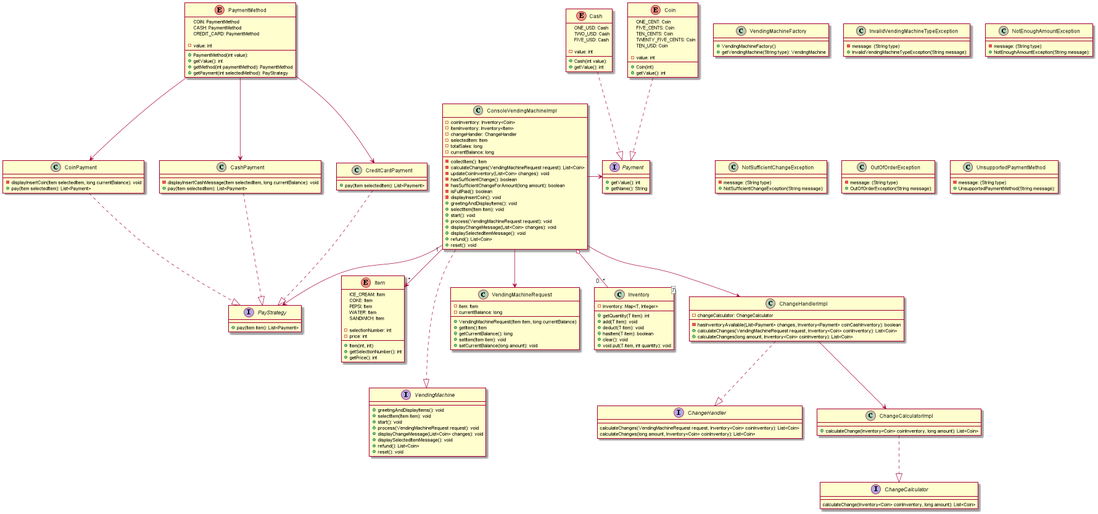
hantruongth/VendingMachine keeps this PlantUML diagram as Class_Diagram_v1.png. Above is the earlier version. Its diagram source:
```plantuml
@startuml

interface Payment{
+ getValue(): int
+ getName(): String
}

interface PayStrategy {
+ pay(Item item): List<Payment>
}

class CoinPayment{
- displayInsertCoin(Item selectedItem, long currentBalance): void
+ pay(Item selectedItem): List<Payment>
}

class CashPayment{
- displayInsertCashMessage(Item selectedItem, long currentBalance): void
+ pay(Item selectedItem): List<Payment>
}
class CreditCardPayment {
+ pay(Item selectedItem): List<Payment>
}
CoinPayment ..|> PayStrategy
CashPayment ..|> PayStrategy
CreditCardPayment ..|> PayStrategy

enum PaymentMethod {
COIN: PaymentMethod
CASH: PaymentMethod
CREDIT_CARD: PaymentMethod

- value: int
+ PaymentMethod(int value):
+ getValue(): int
+ getMethod(int paymentMethod): PaymentMethod
+ getPayment(int selectedMethod): PayStrategy
}
PaymentMethod --> CoinPayment
PaymentMethod --> CashPayment
PaymentMethod --> CreditCardPayment


enum Cash {
ONE_USD: Cash
TWO_USD: Cash
FIVE_USD: Cash

- value: int
+ Cash(int value):
+ getValue(): int
}

Cash ..|> Payment
Coin ..|> Payment

enum Coin {
ONE_CENT: Coin
FIVE_CENTS: Coin
TEN_CENTS: Coin
TWENTY_FIVE_CENTS: Coin
TEN_USD: Coin

- value: int
+ Coin(int)
+ getValue(): int
}

enum Item {
ICE_CREAM: Item
COKE: Item
PEPSI: Item
WATER: Item
SANDWICH: Item

- selectionNumber: int
- price: int
+ Item(int, int)
+ getSelectionNumber(): int
+ getPrice(): int
}

interface VendingMachine {
+ greetingAndDisplayItems(): void
+ selectItem(Item item): void
+ start(): void
+ process(VendingMachineRequest request): void
+ displayChangeMessage(List<Coin> changes): void
+ displaySelectedItemMessage(): void
+ refund(): List<Coin>
+ reset(): void
}

class VendingMachineFactory{
+ VendingMachineFactory()
+ getVendingMachine(String type): VendingMachine
}

ConsoleVendingMachineImpl "1" --> "*" Item

ConsoleVendingMachineImpl ...|> VendingMachine
ConsoleVendingMachineImpl --> VendingMachineRequest
ConsoleVendingMachineImpl  o-- "0..*" Inventory

ConsoleVendingMachineImpl --> ChangeHandlerImpl
ConsoleVendingMachineImpl -> Payment
ConsoleVendingMachineImpl --> PayStrategy

class ConsoleVendingMachineImpl {
- coinInventory: Inventory<Coin>
- itemInventory: Inventory<Item>
- changeHandler: ChangeHandler
- selectedItem: Item
- totalSales: long
- currentBalance: long

- collectItem(): Item
- calculateChanges(VendingMachineRequest request): List<Coin>
- updateCoinInventory(List<Coin> changes): void
- hasSufficientChange(): boolean
- hasSufficientChangeForAmount(long amount): boolean
- isFullPaid(): boolean
- displayInsertCoin(): void
+ greetingAndDisplayItems(): void
+ selectItem(Item item): void
+ start(): void
+ process(VendingMachineRequest request): void
+ displayChangeMessage(List<Coin> changes): void
+ displaySelectedItemMessage(): void
+ refund(): List<Coin>
+ reset(): void
}

class Inventory<T> {
- inventory: Map<T, Integer>
+ getQuantity(T item): int
+ add(T item): void
+ deduct(T item): void
+ hasItem(T item): boolean
+ clear(): void
+ void put(T item, int quantity): void
}

class VendingMachineRequest {
- item: Item
- currentBalance: long

+ VendingMachineRequest(Item item, long currentBalance)
+ getItem():Item
+ getCurrentBalance(): long
+ setItem(Item item): void
+ setCurrentBalance(long amount): void
}

interface ChangeHandler {
    calculateChanges(VendingMachineRequest request, Inventory<Coin> coinInventory): List<Coin>
    calculateChanges(long amount, Inventory<Coin> coinInventory): List<Coin>
}
ChangeHandlerImpl ..|> ChangeHandler
ChangeCalculatorImpl ..|> ChangeCalculator
ChangeHandlerImpl --> ChangeCalculatorImpl


class ChangeHandlerImpl {
- changeCalculator: ChangeCalculator
- hasInventoryAvailable(List<Payment> changes, Inventory<Payment> coinCashInventory): boolean
+ calculateChanges(VendingMachineRequest request, Inventory<Coin> coinInventory): List<Coin>
+ calculateChanges(long amount, Inventory<Coin> coinInventory): List<Coin>
}

interface ChangeCalculator {
calculateChange(Inventory<Coin> coinInventory, long amount): List<Coin>
}
class ChangeCalculatorImpl {
+ calculateChange(Inventory<Coin> coinInventory, long amount): List<Coin>
}


class InvalidVendingMachineTypeException{
- message: (String type)
+ InvalidVendingMachineTypeException(String message):
}

class NotEnoughAmountException{
- message: (String type)
+ NotEnoughAmountException(String message):
}

class NotSufficientChangeException{
- message: (String type)
+ NotSufficientChangeException(String message):
}

class OutOfOrderException{
- message: (String type)
+ OutOfOrderException(String message):
}
class UnsupportedPaymentMethod{
- message: (String type)
+ UnsupportedPaymentMethod(String message):
}
@enduml
```
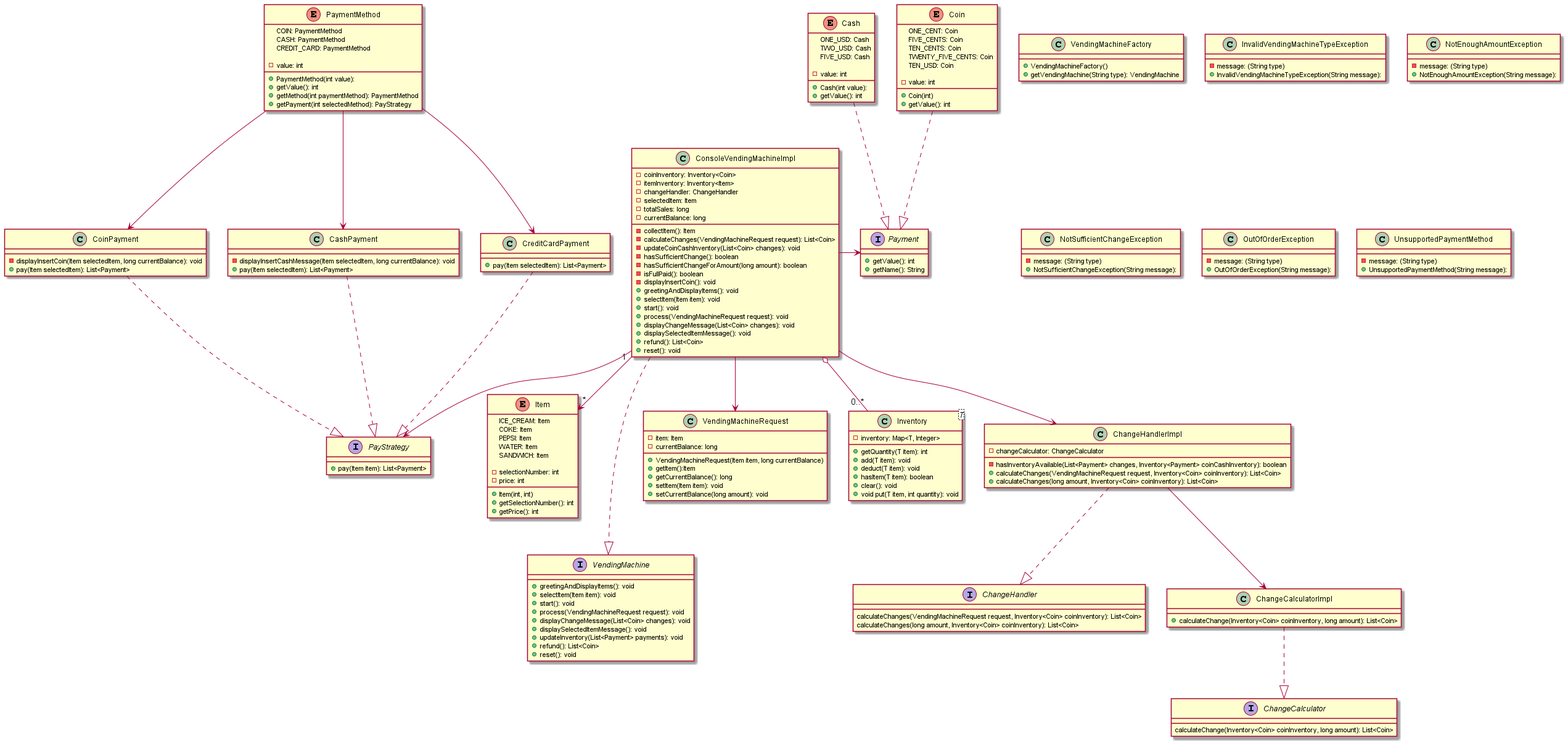
Above is the later version.

Change to the diagram source:
```diff
@@ -87,6 +87,7 @@
 + process(VendingMachineRequest request): void
 + displayChangeMessage(List<Coin> changes): void
 + displaySelectedItemMessage(): void
++ updateInventory(List<Payment> payments): void
 + refund(): List<Coin>
 + reset(): void
 }
@@ -116,7 +117,7 @@
 
 - collectItem(): Item
 - calculateChanges(VendingMachineRequest request): List<Coin>
-- updateCoinInventory(List<Coin> changes): void
+- updateCoinCashInventory(List<Coin> changes): void
 - hasSufficientChange(): boolean
 - hasSufficientChangeForAmount(long amount): boolean
 - isFullPaid(): boolean
```
